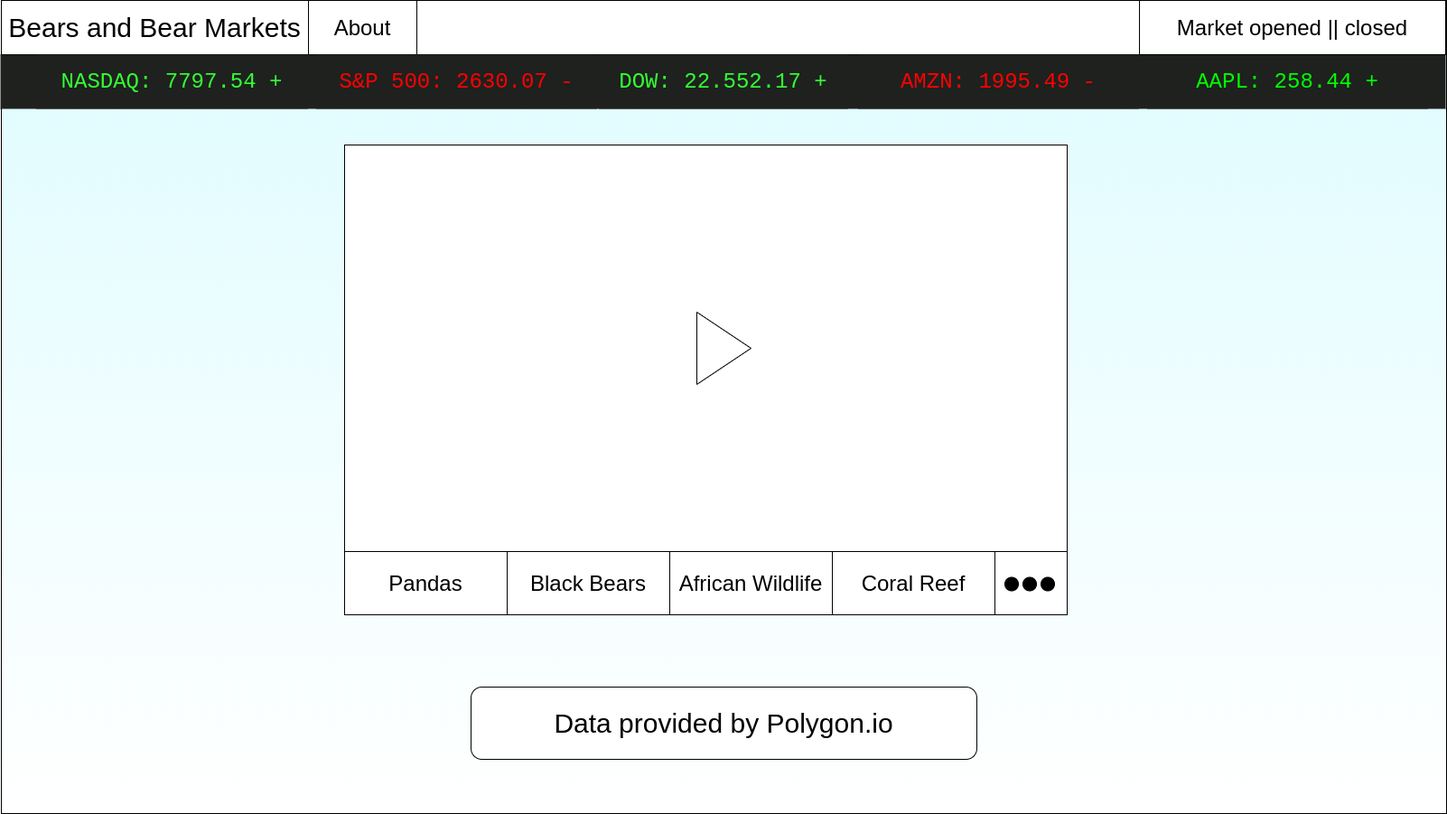
The draw.io diagram default.png in cpustejovsky/bears-and-bear-markets, before a commit. Source tidied: cells renumbered, new cells last; positions are measured from the earlier drawing's top-left corner, leaving out a move shared by most shapes. Its diagram source:
```xml
<mxGraphModel>
  <root>
    <mxCell id="0" />
    <mxCell id="1" parent="0" />
    <mxCell id="2" style="rounded=0;whiteSpace=wrap;html=1;fillColor=#DEFCFF;strokeColor=#000000;gradientColor=#ffffff;" parent="1" vertex="1">
      <mxGeometry x="1" width="1600" height="900" as="geometry" />
    </mxCell>
    <mxCell id="3" style="rounded=0;whiteSpace=wrap;html=1;" parent="1" vertex="1">
      <mxGeometry x="1" width="1600" height="60" as="geometry" />
    </mxCell>
    <mxCell id="4" value="&lt;font style=&quot;font-size: 30px&quot;&gt;Bears and Bear Markets&lt;/font&gt;" style="rounded=0;whiteSpace=wrap;html=1;" parent="1" vertex="1">
      <mxGeometry x="1" width="340" height="60" as="geometry" />
    </mxCell>
    <mxCell id="5" value="&lt;font style=&quot;font-size: 24px&quot;&gt;About&lt;/font&gt;" style="rounded=0;whiteSpace=wrap;html=1;" parent="1" vertex="1">
      <mxGeometry x="341" width="120" height="60" as="geometry" />
    </mxCell>
    <mxCell id="6" style="group;" parent="1" vertex="1">
      <mxGeometry y="60" width="1600" height="60" as="geometry" />
    </mxCell>
    <mxCell id="7" style="rounded=0;whiteSpace=wrap;html=1;fillColor=#1E211E;strokeColor=none;" parent="6" vertex="1">
      <mxGeometry width="1600" height="60" as="geometry" />
    </mxCell>
    <mxCell id="8" value="&lt;font style=&quot;font-size: 24px&quot; color=&quot;#33ff33&quot; face=&quot;Courier New&quot;&gt;NASDAQ: 7797.54 +&lt;/font&gt;" style="rounded=0;whiteSpace=wrap;html=1;fillColor=#1E211E;strokeColor=none;" parent="6" vertex="1">
      <mxGeometry x="40" width="300" height="60" as="geometry" />
    </mxCell>
    <mxCell id="9" value="&lt;font color=&quot;#ff0000&quot; face=&quot;Courier New&quot;&gt;&lt;span style=&quot;font-size: 24px&quot;&gt;S&amp;amp;P 500: 2630.07 -&lt;/span&gt;&lt;/font&gt;" style="rounded=0;whiteSpace=wrap;html=1;fillColor=#1E211E;strokeColor=none;" parent="6" vertex="1">
      <mxGeometry x="350" width="310" height="60" as="geometry" />
    </mxCell>
    <mxCell id="10" value="&lt;font style=&quot;font-size: 24px&quot; face=&quot;Courier New&quot; color=&quot;#33ff33&quot;&gt;DOW: 22.552.17 +&lt;/font&gt;" style="rounded=0;whiteSpace=wrap;html=1;fillColor=#1E211E;strokeColor=none;" parent="6" vertex="1">
      <mxGeometry x="663" width="275" height="60" as="geometry" />
    </mxCell>
    <mxCell id="11" value="&lt;font color=&quot;#ff0000&quot; face=&quot;Courier New&quot;&gt;&lt;span style=&quot;font-size: 24px&quot;&gt;AMZN: 1995.49 -&lt;/span&gt;&lt;/font&gt;" style="rounded=0;whiteSpace=wrap;html=1;fillColor=#1E211E;strokeColor=none;" parent="6" vertex="1">
      <mxGeometry x="950" width="310" height="60" as="geometry" />
    </mxCell>
    <mxCell id="12" value="&lt;font face=&quot;Courier New&quot; color=&quot;#00ff00&quot;&gt;&lt;span style=&quot;font-size: 24px&quot;&gt;AAPL: 258.44 +&lt;/span&gt;&lt;/font&gt;" style="rounded=0;whiteSpace=wrap;html=1;fillColor=#1E211E;strokeColor=none;" parent="6" vertex="1">
      <mxGeometry x="1270" width="310" height="60" as="geometry" />
    </mxCell>
    <mxCell id="13" style="group;" parent="1" vertex="1">
      <mxGeometry x="381" y="160" width="840" height="640" as="geometry" />
    </mxCell>
    <mxCell id="14" style="group;" parent="13" vertex="1">
      <mxGeometry width="840" height="525" as="geometry" />
    </mxCell>
    <mxCell id="15" style="group;" parent="14" vertex="1">
      <mxGeometry width="840" height="525" as="geometry" />
    </mxCell>
    <mxCell id="16" style="rounded=0;whiteSpace=wrap;html=1;" parent="15" vertex="1">
      <mxGeometry width="800" height="450" as="geometry" />
    </mxCell>
    <mxCell id="17" style="triangle;whiteSpace=wrap;html=1;" parent="15" vertex="1">
      <mxGeometry x="390" y="185" width="60" height="80" as="geometry" />
    </mxCell>
    <mxCell id="18" style="rounded=0;whiteSpace=wrap;html=1;" parent="15" vertex="1">
      <mxGeometry y="450" width="800" height="70" as="geometry" />
    </mxCell>
    <mxCell id="19" value="&lt;font style=&quot;font-size: 24px&quot;&gt;Pandas&lt;/font&gt;" style="rounded=0;whiteSpace=wrap;html=1;" parent="15" vertex="1">
      <mxGeometry y="450" width="180" height="70" as="geometry" />
    </mxCell>
    <mxCell id="20" value="&lt;font style=&quot;font-size: 24px&quot;&gt;Black Bears&lt;/font&gt;" style="rounded=0;whiteSpace=wrap;html=1;" parent="15" vertex="1">
      <mxGeometry x="180" y="450" width="180" height="70" as="geometry" />
    </mxCell>
    <mxCell id="21" value="&lt;font style=&quot;font-size: 24px&quot;&gt;African Wildlife&lt;/font&gt;" style="rounded=0;whiteSpace=wrap;html=1;" parent="15" vertex="1">
      <mxGeometry x="360" y="450" width="180" height="70" as="geometry" />
    </mxCell>
    <mxCell id="22" value="&lt;font style=&quot;font-size: 24px&quot;&gt;Coral Reef&lt;/font&gt;" style="rounded=0;whiteSpace=wrap;html=1;" parent="15" vertex="1">
      <mxGeometry x="540" y="450" width="180" height="70" as="geometry" />
    </mxCell>
    <mxCell id="23" style="group;" parent="15" vertex="1">
      <mxGeometry x="731" y="478.5" width="55" height="15" as="geometry" />
    </mxCell>
    <mxCell id="24" style="ellipse;whiteSpace=wrap;html=1;fillColor=#000000;" parent="23" vertex="1">
      <mxGeometry width="15" height="15" as="geometry" />
    </mxCell>
    <mxCell id="25" style="ellipse;whiteSpace=wrap;html=1;fillColor=#000000;" parent="23" vertex="1">
      <mxGeometry x="20" width="15" height="15" as="geometry" />
    </mxCell>
    <mxCell id="26" style="ellipse;whiteSpace=wrap;html=1;fillColor=#000000;" parent="23" vertex="1">
      <mxGeometry x="40" width="15" height="15" as="geometry" />
    </mxCell>
    <mxCell id="27" value="&lt;font style=&quot;font-size: 30px&quot;&gt;Data provided by Polygon.io&lt;/font&gt;" style="rounded=1;whiteSpace=wrap;html=1;" parent="1" vertex="1">
      <mxGeometry x="521" y="760" width="560" height="80" as="geometry" />
    </mxCell>
    <mxCell id="28" value="&lt;font style=&quot;font-size: 24px&quot;&gt;Market opened || closed&lt;/font&gt;" style="rounded=0;whiteSpace=wrap;html=1;" parent="1" vertex="1">
      <mxGeometry x="1261" width="339" height="60" as="geometry" />
    </mxCell>
  </root>
</mxGraphModel>
```
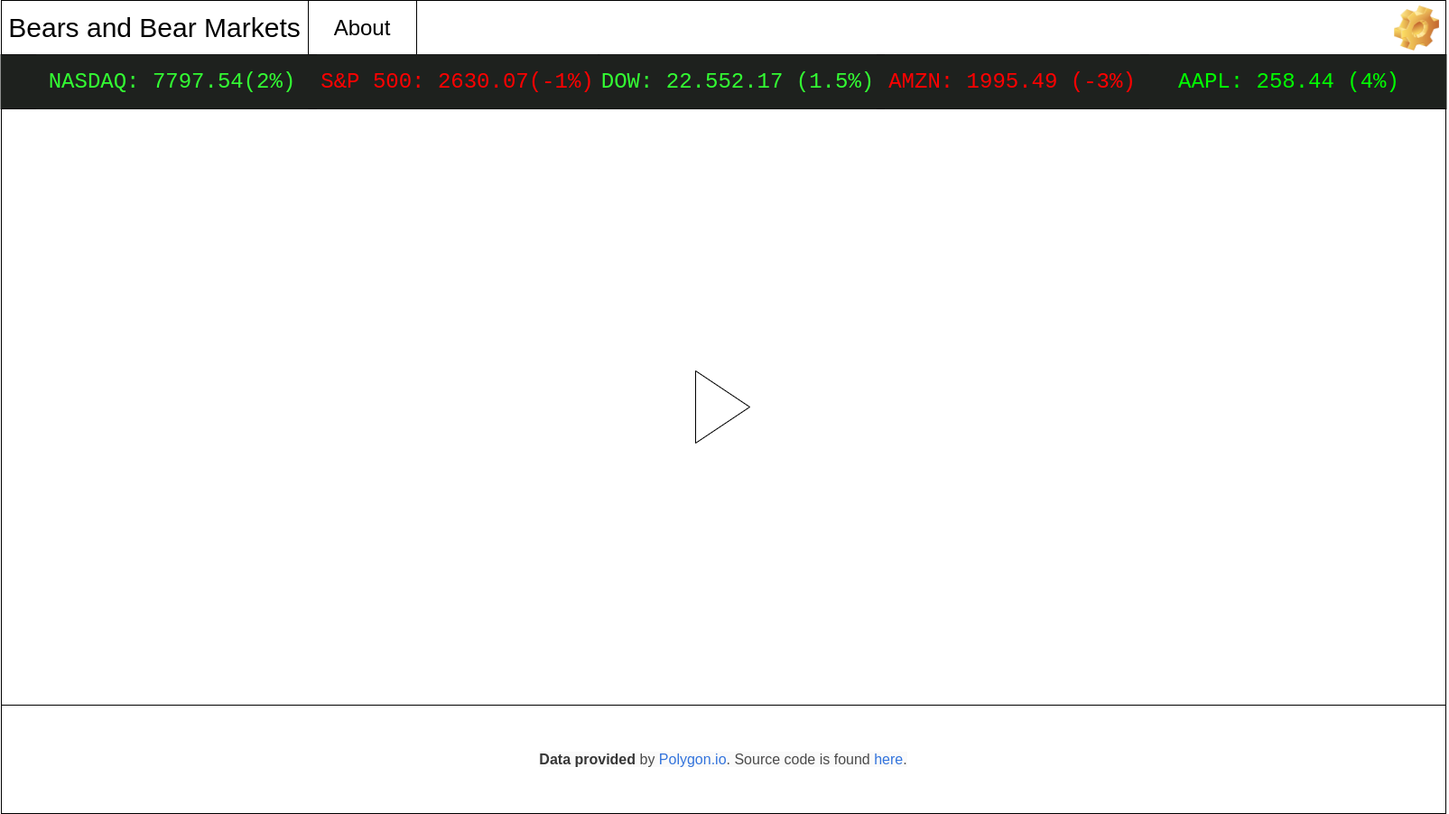
The same diagram one commit later.

The edit, as a diff of the source:
```diff
@@ -2,86 +2,53 @@
   <root>
     <mxCell id="0" />
     <mxCell id="1" parent="0" />
-    <mxCell id="2" style="rounded=0;whiteSpace=wrap;html=1;fillColor=#DEFCFF;strokeColor=#000000;gradientColor=#ffffff;" parent="1" vertex="1">
-      <mxGeometry x="1" width="1600" height="900" as="geometry" />
-    </mxCell>
+    <mxCell id="13" style="group;" parent="1" vertex="1">
+      <mxGeometry x="381" y="160" width="840" height="640" as="geometry" />
+    </mxCell>
+    <mxCell id="16" style="rounded=0;whiteSpace=wrap;html=1;" parent="1" vertex="1">
+      <mxGeometry x="1" y="120" width="1600" height="660" as="geometry" />
+    </mxCell>
+    <mxCell id="17" style="triangle;whiteSpace=wrap;html=1;" parent="1" vertex="1">
+      <mxGeometry x="770" y="410" width="60" height="80" as="geometry" />
+    </mxCell>
+    <mxCell id="29" value="&lt;span style=&quot;box-sizing: inherit ; color: rgb(54 , 54 , 54) ; font-weight: 700 ; font-family: &amp;#34;google sans&amp;#34; , sans-serif ; font-size: 16px ; white-space: normal ; background-color: rgb(250 , 250 , 250)&quot;&gt;Data provided&lt;/span&gt;&lt;span style=&quot;color: rgb(74 , 74 , 74) ; font-family: &amp;#34;google sans&amp;#34; , sans-serif ; font-size: 16px ; white-space: normal ; background-color: rgb(250 , 250 , 250)&quot;&gt;&amp;nbsp;by&lt;/span&gt;&lt;span style=&quot;color: rgb(74 , 74 , 74) ; font-family: &amp;#34;google sans&amp;#34; , sans-serif ; font-size: 16px ; white-space: normal ; background-color: rgb(250 , 250 , 250)&quot;&gt;&amp;nbsp;&lt;/span&gt;&lt;a style=&quot;box-sizing: inherit ; color: rgb(50 , 115 , 220) ; cursor: pointer ; font-family: &amp;#34;google sans&amp;#34; , sans-serif ; font-size: 16px ; white-space: normal ; background-color: rgb(250 , 250 , 250)&quot;&gt;Polygon.io&lt;/a&gt;&lt;span style=&quot;color: rgb(74 , 74 , 74) ; font-family: &amp;#34;google sans&amp;#34; , sans-serif ; font-size: 16px ; white-space: normal ; background-color: rgb(250 , 250 , 250)&quot;&gt;. Source code is found&lt;/span&gt;&lt;span style=&quot;color: rgb(74 , 74 , 74) ; font-family: &amp;#34;google sans&amp;#34; , sans-serif ; font-size: 16px ; white-space: normal ; background-color: rgb(250 , 250 , 250)&quot;&gt;&amp;nbsp;&lt;/span&gt;&lt;a href=&quot;https://github.com/cpustejovsky/bears-and-bear-markets&quot; target=&quot;_blank&quot; style=&quot;box-sizing: inherit ; color: rgb(50 , 115 , 220) ; cursor: pointer ; font-family: &amp;#34;google sans&amp;#34; , sans-serif ; font-size: 16px ; white-space: normal ; background-color: rgb(250 , 250 , 250)&quot;&gt;here&lt;/a&gt;&lt;span style=&quot;color: rgb(74 , 74 , 74) ; font-family: &amp;#34;google sans&amp;#34; , sans-serif ; font-size: 16px ; white-space: normal ; background-color: rgb(250 , 250 , 250)&quot;&gt;.&lt;/span&gt;" style="rounded=0;whiteSpace=wrap;html=1;" parent="1" vertex="1">
+      <mxGeometry x="1" y="780" width="1600" height="120" as="geometry" />
+    </mxCell>
+    <mxCell id="30" style="group;" parent="1" vertex="1">
+      <mxGeometry width="1603" height="120" as="geometry" />
+    </mxCell>
-    <mxCell id="3" style="rounded=0;whiteSpace=wrap;html=1;" parent="1" vertex="1">
+    <mxCell id="3" style="rounded=0;whiteSpace=wrap;html=1;" parent="30" vertex="1">
       <mxGeometry x="1" width="1600" height="60" as="geometry" />
     </mxCell>
-    <mxCell id="4" value="&lt;font style=&quot;font-size: 30px&quot;&gt;Bears and Bear Markets&lt;/font&gt;" style="rounded=0;whiteSpace=wrap;html=1;" parent="1" vertex="1">
+    <mxCell id="4" value="&lt;font style=&quot;font-size: 30px&quot;&gt;Bears and Bear Markets&lt;/font&gt;" style="rounded=0;whiteSpace=wrap;html=1;" parent="30" vertex="1">
       <mxGeometry x="1" width="340" height="60" as="geometry" />
     </mxCell>
-    <mxCell id="5" value="&lt;font style=&quot;font-size: 24px&quot;&gt;About&lt;/font&gt;" style="rounded=0;whiteSpace=wrap;html=1;" parent="1" vertex="1">
+    <mxCell id="5" value="&lt;font style=&quot;font-size: 24px&quot;&gt;About&lt;/font&gt;" style="rounded=0;whiteSpace=wrap;html=1;" parent="30" vertex="1">
       <mxGeometry x="341" width="120" height="60" as="geometry" />
     </mxCell>
-    <mxCell id="6" style="group;" parent="1" vertex="1">
-      <mxGeometry y="60" width="1600" height="60" as="geometry" />
+    <mxCell id="6" style="group;" parent="30" vertex="1">
+      <mxGeometry y="60" width="1603" height="60" as="geometry" />
     </mxCell>
     <mxCell id="7" style="rounded=0;whiteSpace=wrap;html=1;fillColor=#1E211E;strokeColor=none;" parent="6" vertex="1">
-      <mxGeometry width="1600" height="60" as="geometry" />
+      <mxGeometry width="1602" height="60" as="geometry" />
     </mxCell>
-    <mxCell id="8" value="&lt;font style=&quot;font-size: 24px&quot; color=&quot;#33ff33&quot; face=&quot;Courier New&quot;&gt;NASDAQ: 7797.54 +&lt;/font&gt;" style="rounded=0;whiteSpace=wrap;html=1;fillColor=#1E211E;strokeColor=none;" parent="6" vertex="1">
-      <mxGeometry x="40" width="300" height="60" as="geometry" />
+    <mxCell id="8" value="&lt;font style=&quot;font-size: 24px&quot; color=&quot;#33ff33&quot; face=&quot;Courier New&quot;&gt;NASDAQ: 7797.54(2%)&lt;/font&gt;" style="rounded=0;whiteSpace=wrap;html=1;fillColor=#1E211E;strokeColor=none;" parent="6" vertex="1">
+      <mxGeometry x="40.1" width="300.6" height="60" as="geometry" />
     </mxCell>
-    <mxCell id="9" value="&lt;font color=&quot;#ff0000&quot; face=&quot;Courier New&quot;&gt;&lt;span style=&quot;font-size: 24px&quot;&gt;S&amp;amp;P 500: 2630.07 -&lt;/span&gt;&lt;/font&gt;" style="rounded=0;whiteSpace=wrap;html=1;fillColor=#1E211E;strokeColor=none;" parent="6" vertex="1">
-      <mxGeometry x="350" width="310" height="60" as="geometry" />
+    <mxCell id="9" value="&lt;font color=&quot;#ff0000&quot; face=&quot;Courier New&quot;&gt;&lt;span style=&quot;font-size: 24px&quot;&gt;S&amp;amp;P 500: 2630.07(-1%)&lt;/span&gt;&lt;/font&gt;" style="rounded=0;whiteSpace=wrap;html=1;fillColor=#1E211E;strokeColor=none;" parent="6" vertex="1">
+      <mxGeometry x="350.7" width="310.6" height="60" as="geometry" />
     </mxCell>
-    <mxCell id="10" value="&lt;font style=&quot;font-size: 24px&quot; face=&quot;Courier New&quot; color=&quot;#33ff33&quot;&gt;DOW: 22.552.17 +&lt;/font&gt;" style="rounded=0;whiteSpace=wrap;html=1;fillColor=#1E211E;strokeColor=none;" parent="6" vertex="1">
-      <mxGeometry x="663" width="275" height="60" as="geometry" />
+    <mxCell id="10" value="&lt;font style=&quot;font-size: 24px&quot; face=&quot;Courier New&quot; color=&quot;#33ff33&quot;&gt;DOW: 22.552.17 (1.5%)&lt;/font&gt;" style="rounded=0;whiteSpace=wrap;html=1;fillColor=#1E211E;strokeColor=none;" parent="6" vertex="1">
+      <mxGeometry x="664.2" width="305.8" height="60" as="geometry" />
     </mxCell>
-    <mxCell id="11" value="&lt;font color=&quot;#ff0000&quot; face=&quot;Courier New&quot;&gt;&lt;span style=&quot;font-size: 24px&quot;&gt;AMZN: 1995.49 -&lt;/span&gt;&lt;/font&gt;" style="rounded=0;whiteSpace=wrap;html=1;fillColor=#1E211E;strokeColor=none;" parent="6" vertex="1">
-      <mxGeometry x="950" width="310" height="60" as="geometry" />
+    <mxCell id="11" value="&lt;font color=&quot;#ff0000&quot; face=&quot;Courier New&quot;&gt;&lt;span style=&quot;font-size: 24px&quot;&gt;AMZN: 1995.49 (-3%)&lt;/span&gt;&lt;/font&gt;" style="rounded=0;whiteSpace=wrap;html=1;fillColor=#1E211E;strokeColor=none;" parent="6" vertex="1">
+      <mxGeometry x="980" width="282.4" height="60" as="geometry" />
     </mxCell>
-    <mxCell id="12" value="&lt;font face=&quot;Courier New&quot; color=&quot;#00ff00&quot;&gt;&lt;span style=&quot;font-size: 24px&quot;&gt;AAPL: 258.44 +&lt;/span&gt;&lt;/font&gt;" style="rounded=0;whiteSpace=wrap;html=1;fillColor=#1E211E;strokeColor=none;" parent="6" vertex="1">
-      <mxGeometry x="1270" width="310" height="60" as="geometry" />
+    <mxCell id="12" value="&lt;font face=&quot;Courier New&quot; color=&quot;#00ff00&quot;&gt;&lt;span style=&quot;font-size: 24px&quot;&gt;AAPL: 258.44 (4%)&lt;/span&gt;&lt;/font&gt;" style="rounded=0;whiteSpace=wrap;html=1;fillColor=#1E211E;strokeColor=none;" parent="6" vertex="1">
+      <mxGeometry x="1272.4" width="310.6" height="60" as="geometry" />
     </mxCell>
-    <mxCell id="13" style="group;" parent="1" vertex="1">
-      <mxGeometry x="381" y="160" width="840" height="640" as="geometry" />
-    </mxCell>
-    <mxCell id="14" style="group;" parent="13" vertex="1">
-      <mxGeometry width="840" height="525" as="geometry" />
-    </mxCell>
-    <mxCell id="15" style="group;" parent="14" vertex="1">
-      <mxGeometry width="840" height="525" as="geometry" />
-    </mxCell>
-    <mxCell id="16" style="rounded=0;whiteSpace=wrap;html=1;" parent="15" vertex="1">
-      <mxGeometry width="800" height="450" as="geometry" />
-    </mxCell>
-    <mxCell id="17" style="triangle;whiteSpace=wrap;html=1;" parent="15" vertex="1">
-      <mxGeometry x="390" y="185" width="60" height="80" as="geometry" />
-    </mxCell>
-    <mxCell id="18" style="rounded=0;whiteSpace=wrap;html=1;" parent="15" vertex="1">
-      <mxGeometry y="450" width="800" height="70" as="geometry" />
-    </mxCell>
-    <mxCell id="19" value="&lt;font style=&quot;font-size: 24px&quot;&gt;Pandas&lt;/font&gt;" style="rounded=0;whiteSpace=wrap;html=1;" parent="15" vertex="1">
-      <mxGeometry y="450" width="180" height="70" as="geometry" />
-    </mxCell>
-    <mxCell id="20" value="&lt;font style=&quot;font-size: 24px&quot;&gt;Black Bears&lt;/font&gt;" style="rounded=0;whiteSpace=wrap;html=1;" parent="15" vertex="1">
-      <mxGeometry x="180" y="450" width="180" height="70" as="geometry" />
-    </mxCell>
-    <mxCell id="21" value="&lt;font style=&quot;font-size: 24px&quot;&gt;African Wildlife&lt;/font&gt;" style="rounded=0;whiteSpace=wrap;html=1;" parent="15" vertex="1">
-      <mxGeometry x="360" y="450" width="180" height="70" as="geometry" />
-    </mxCell>
-    <mxCell id="22" value="&lt;font style=&quot;font-size: 24px&quot;&gt;Coral Reef&lt;/font&gt;" style="rounded=0;whiteSpace=wrap;html=1;" parent="15" vertex="1">
-      <mxGeometry x="540" y="450" width="180" height="70" as="geometry" />
-    </mxCell>
-    <mxCell id="23" style="group;" parent="15" vertex="1">
-      <mxGeometry x="731" y="478.5" width="55" height="15" as="geometry" />
-    </mxCell>
-    <mxCell id="24" style="ellipse;whiteSpace=wrap;html=1;fillColor=#000000;" parent="23" vertex="1">
-      <mxGeometry width="15" height="15" as="geometry" />
-    </mxCell>
-    <mxCell id="25" style="ellipse;whiteSpace=wrap;html=1;fillColor=#000000;" parent="23" vertex="1">
-      <mxGeometry x="20" width="15" height="15" as="geometry" />
-    </mxCell>
-    <mxCell id="26" style="ellipse;whiteSpace=wrap;html=1;fillColor=#000000;" parent="23" vertex="1">
-      <mxGeometry x="40" width="15" height="15" as="geometry" />
-    </mxCell>
-    <mxCell id="27" value="&lt;font style=&quot;font-size: 30px&quot;&gt;Data provided by Polygon.io&lt;/font&gt;" style="rounded=1;whiteSpace=wrap;html=1;" parent="1" vertex="1">
-      <mxGeometry x="521" y="760" width="560" height="80" as="geometry" />
-    </mxCell>
-    <mxCell id="28" value="&lt;font style=&quot;font-size: 24px&quot;&gt;Market opened || closed&lt;/font&gt;" style="rounded=0;whiteSpace=wrap;html=1;" parent="1" vertex="1">
-      <mxGeometry x="1261" width="339" height="60" as="geometry" />
-    </mxCell>
+    <mxCell id="31" style="shape=image;html=1;verticalLabelPosition=bottom;labelBackgroundColor=#ffffff;verticalAlign=top;imageAspect=0;image=img/clipart/Gear_128x128.png;" parent="30" vertex="1">
+      <mxGeometry x="1544" y="6" width="50" height="50" as="geometry" />
+    </mxCell>
   </root>
 </mxGraphModel>
```
